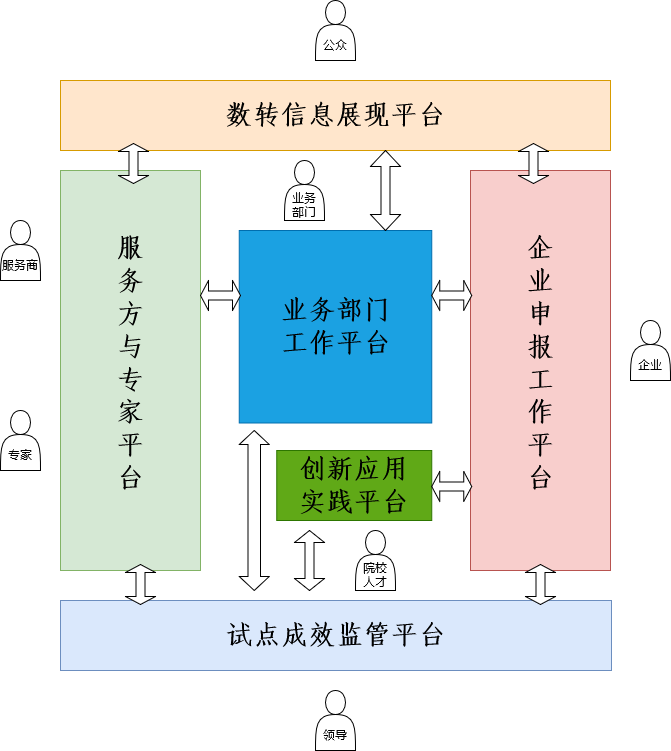
Earlier version of the draw.io export html_demo/业务功能模块.drawio.png (zhuangyan-stone/brain-forever). Source tidied: cells renumbered, new cells last; positions are measured from the earlier drawing's top-left corner, leaving out a move shared by most shapes. Source of this version:
```xml
<mxGraphModel>
  <root>
    <mxCell id="0" />
    <mxCell id="1" parent="0" />
    <mxCell id="2" value="&lt;font style=&quot;font-size: 27px;&quot;&gt;&lt;b style=&quot;mso-bidi-font-weight:normal&quot;&gt;&lt;span style=&quot;font-family: 仿宋; color: rgb(0, 0, 0);&quot;&gt;&lt;font face=&quot;仿宋&quot;&gt;数转信息展现平台&lt;/font&gt;&lt;/span&gt;&lt;/b&gt;&lt;/font&gt;" style="rounded=0;whiteSpace=wrap;html=1;fillColor=#ffe6cc;strokeColor=#d79b00;" parent="1" vertex="1">
      <mxGeometry x="60" y="80" width="550" height="70" as="geometry" />
    </mxCell>
    <mxCell id="3" value="&lt;div&gt;&lt;font style=&quot;font-size: 27px;&quot;&gt;&lt;b style=&quot;mso-bidi-font-weight:normal&quot;&gt;&lt;span style=&quot;font-family: 仿宋; color: rgb(0, 0, 0);&quot;&gt;&lt;font face=&quot;仿宋&quot;&gt;业务部门&lt;/font&gt;&lt;/span&gt;&lt;/b&gt;&lt;/font&gt;&lt;/div&gt;&lt;div&gt;&lt;font style=&quot;font-size: 27px;&quot;&gt;&lt;b style=&quot;mso-bidi-font-weight:normal&quot;&gt;&lt;span style=&quot;font-family: 仿宋; color: rgb(0, 0, 0);&quot;&gt;&lt;font face=&quot;仿宋&quot;&gt;工作平台&lt;/font&gt;&lt;/span&gt;&lt;/b&gt;&lt;/font&gt;&lt;/div&gt;" style="whiteSpace=wrap;html=1;fillColor=#1ba1e2;strokeColor=#006EAF;fontColor=#ffffff;" parent="1" vertex="1">
      <mxGeometry x="238.8" y="230" width="192.5" height="192.5" as="geometry" />
    </mxCell>
    <mxCell id="4" value="&lt;div&gt;&lt;font style=&quot;font-size: 27px;&quot;&gt;&lt;b style=&quot;mso-bidi-font-weight:normal&quot;&gt;&lt;span style=&quot;font-family: 仿宋; color: rgb(0, 0, 0);&quot;&gt;&lt;font face=&quot;仿宋&quot;&gt;创新应用&lt;/font&gt;&lt;/span&gt;&lt;/b&gt;&lt;/font&gt;&lt;/div&gt;&lt;div&gt;&lt;font style=&quot;font-size: 27px;&quot;&gt;&lt;b style=&quot;mso-bidi-font-weight:normal&quot;&gt;&lt;span style=&quot;font-family: 仿宋; color: rgb(0, 0, 0);&quot;&gt;&lt;font face=&quot;仿宋&quot;&gt;实践平台&lt;/font&gt;&lt;/span&gt;&lt;/b&gt;&lt;/font&gt;&lt;/div&gt;" style="rounded=0;whiteSpace=wrap;html=1;fillColor=#60a917;fontColor=#ffffff;strokeColor=#2D7600;" parent="1" vertex="1">
      <mxGeometry x="276.2" y="450" width="155" height="70" as="geometry" />
    </mxCell>
    <mxCell id="5" value="&lt;br&gt;&lt;div&gt;&lt;font style=&quot;font-size: 27px;&quot;&gt;&lt;b style=&quot;mso-bidi-font-weight:normal&quot;&gt;&lt;span style=&quot;font-family: 仿宋; color: rgb(0, 0, 0);&quot;&gt;&lt;font face=&quot;仿宋&quot;&gt;企&lt;/font&gt;&lt;/span&gt;&lt;/b&gt;&lt;/font&gt;&lt;/div&gt;&lt;div&gt;&lt;font style=&quot;font-size: 27px;&quot;&gt;&lt;b style=&quot;mso-bidi-font-weight:normal&quot;&gt;&lt;span style=&quot;font-family: 仿宋; color: rgb(0, 0, 0);&quot;&gt;&lt;font face=&quot;仿宋&quot;&gt;业&lt;/font&gt;&lt;/span&gt;&lt;/b&gt;&lt;/font&gt;&lt;/div&gt;&lt;div&gt;&lt;font style=&quot;font-size: 27px;&quot;&gt;&lt;b style=&quot;mso-bidi-font-weight:normal&quot;&gt;&lt;span style=&quot;font-family: 仿宋; color: rgb(0, 0, 0);&quot;&gt;&lt;font face=&quot;仿宋&quot;&gt;申&lt;/font&gt;&lt;/span&gt;&lt;/b&gt;&lt;/font&gt;&lt;/div&gt;&lt;div&gt;&lt;font style=&quot;font-size: 27px;&quot;&gt;&lt;b style=&quot;mso-bidi-font-weight:normal&quot;&gt;&lt;span style=&quot;font-family: 仿宋; color: rgb(0, 0, 0);&quot;&gt;&lt;font face=&quot;仿宋&quot;&gt;报&lt;/font&gt;&lt;/span&gt;&lt;/b&gt;&lt;/font&gt;&lt;/div&gt;&lt;div&gt;&lt;font style=&quot;font-size: 27px;&quot;&gt;&lt;b style=&quot;mso-bidi-font-weight:normal&quot;&gt;&lt;span style=&quot;font-family: 仿宋; color: rgb(0, 0, 0);&quot;&gt;&lt;font face=&quot;仿宋&quot;&gt;工&lt;/font&gt;&lt;/span&gt;&lt;/b&gt;&lt;/font&gt;&lt;/div&gt;&lt;div&gt;&lt;font style=&quot;font-size: 27px;&quot;&gt;&lt;b style=&quot;mso-bidi-font-weight:normal&quot;&gt;&lt;span style=&quot;font-family: 仿宋; color: rgb(0, 0, 0);&quot;&gt;&lt;font face=&quot;仿宋&quot;&gt;作&lt;/font&gt;&lt;/span&gt;&lt;/b&gt;&lt;/font&gt;&lt;/div&gt;&lt;div&gt;&lt;font style=&quot;font-size: 27px;&quot;&gt;&lt;b style=&quot;mso-bidi-font-weight:normal&quot;&gt;&lt;span style=&quot;font-family: 仿宋; color: rgb(0, 0, 0);&quot;&gt;&lt;font face=&quot;仿宋&quot;&gt;平&lt;/font&gt;&lt;/span&gt;&lt;/b&gt;&lt;/font&gt;&lt;/div&gt;&lt;div&gt;&lt;font style=&quot;font-size: 27px;&quot;&gt;&lt;b style=&quot;mso-bidi-font-weight:normal&quot;&gt;&lt;span style=&quot;font-family: 仿宋; color: rgb(0, 0, 0);&quot;&gt;&lt;font face=&quot;仿宋&quot;&gt;台&lt;/font&gt;&lt;/span&gt;&lt;/b&gt;&lt;/font&gt;&lt;/div&gt;&lt;div&gt;&lt;br&gt;&lt;/div&gt;&lt;div&gt;&lt;br&gt;&lt;/div&gt;" style="rounded=0;whiteSpace=wrap;html=1;fillColor=#f8cecc;strokeColor=#b85450;" parent="1" vertex="1">
      <mxGeometry x="470" y="170" width="140" height="400" as="geometry" />
    </mxCell>
    <mxCell id="6" value="&lt;div&gt;&lt;font style=&quot;font-size: 27px;&quot;&gt;&lt;b style=&quot;mso-bidi-font-weight:normal&quot;&gt;&lt;span style=&quot;font-family: 仿宋; color: rgb(0, 0, 0);&quot;&gt;&lt;font face=&quot;仿宋&quot;&gt;服&lt;/font&gt;&lt;/span&gt;&lt;/b&gt;&lt;/font&gt;&lt;/div&gt;&lt;div&gt;&lt;font style=&quot;font-size: 27px;&quot;&gt;&lt;b style=&quot;mso-bidi-font-weight:normal&quot;&gt;&lt;span style=&quot;font-family: 仿宋; color: rgb(0, 0, 0);&quot;&gt;&lt;font face=&quot;仿宋&quot;&gt;务&lt;/font&gt;&lt;/span&gt;&lt;/b&gt;&lt;/font&gt;&lt;/div&gt;&lt;div&gt;&lt;font style=&quot;font-size: 27px;&quot;&gt;&lt;b style=&quot;mso-bidi-font-weight:normal&quot;&gt;&lt;span style=&quot;font-family: 仿宋; color: rgb(0, 0, 0);&quot;&gt;&lt;font face=&quot;仿宋&quot;&gt;方&lt;/font&gt;&lt;/span&gt;&lt;/b&gt;&lt;/font&gt;&lt;/div&gt;&lt;div&gt;&lt;font style=&quot;font-size: 27px;&quot;&gt;&lt;b style=&quot;mso-bidi-font-weight:normal&quot;&gt;&lt;span style=&quot;font-family: 仿宋; color: rgb(0, 0, 0);&quot;&gt;&lt;font face=&quot;仿宋&quot;&gt;与&lt;/font&gt;&lt;/span&gt;&lt;/b&gt;&lt;/font&gt;&lt;/div&gt;&lt;div&gt;&lt;font style=&quot;font-size: 27px;&quot;&gt;&lt;b style=&quot;mso-bidi-font-weight:normal&quot;&gt;&lt;span style=&quot;font-family: 仿宋; color: rgb(0, 0, 0);&quot;&gt;&lt;font face=&quot;仿宋&quot;&gt;专&lt;/font&gt;&lt;/span&gt;&lt;/b&gt;&lt;/font&gt;&lt;/div&gt;&lt;div&gt;&lt;font style=&quot;font-size: 27px;&quot;&gt;&lt;b style=&quot;mso-bidi-font-weight:normal&quot;&gt;&lt;span style=&quot;font-family: 仿宋; color: rgb(0, 0, 0);&quot;&gt;&lt;font face=&quot;仿宋&quot;&gt;家&lt;/font&gt;&lt;/span&gt;&lt;/b&gt;&lt;/font&gt;&lt;/div&gt;&lt;div&gt;&lt;font style=&quot;font-size: 27px;&quot;&gt;&lt;b style=&quot;mso-bidi-font-weight:normal&quot;&gt;&lt;span style=&quot;font-family: 仿宋; color: rgb(0, 0, 0);&quot;&gt;&lt;font face=&quot;仿宋&quot;&gt;平&lt;/font&gt;&lt;/span&gt;&lt;/b&gt;&lt;/font&gt;&lt;/div&gt;&lt;div&gt;&lt;font style=&quot;font-size: 27px;&quot;&gt;&lt;b style=&quot;mso-bidi-font-weight:normal&quot;&gt;&lt;span style=&quot;font-family: 仿宋; color: rgb(0, 0, 0);&quot;&gt;&lt;font face=&quot;仿宋&quot;&gt;台&lt;/font&gt;&lt;/span&gt;&lt;/b&gt;&lt;/font&gt;&lt;/div&gt;&lt;div&gt;&lt;br&gt;&lt;/div&gt;" style="rounded=0;whiteSpace=wrap;html=1;fillColor=#d5e8d4;strokeColor=#82b366;" parent="1" vertex="1">
      <mxGeometry x="60" y="170" width="140" height="400" as="geometry" />
    </mxCell>
    <mxCell id="7" value="&lt;font style=&quot;font-size: 27px;&quot;&gt;&lt;b style=&quot;mso-bidi-font-weight:normal&quot;&gt;&lt;span style=&quot;font-family: 仿宋; color: rgb(0, 0, 0);&quot;&gt;&lt;font face=&quot;仿宋&quot;&gt;试点成效监管平台&lt;/font&gt;&lt;/span&gt;&lt;/b&gt;&lt;/font&gt;" style="rounded=0;whiteSpace=wrap;html=1;fillColor=#dae8fc;strokeColor=#6c8ebf;" parent="1" vertex="1">
      <mxGeometry x="60" y="600" width="551" height="70" as="geometry" />
    </mxCell>
    <mxCell id="8" value="&lt;div&gt;&lt;br&gt;&lt;/div&gt;&lt;div&gt;&lt;br&gt;&lt;/div&gt;&lt;div&gt;企业&lt;/div&gt;" style="shape=actor;whiteSpace=wrap;html=1;" parent="1" vertex="1">
      <mxGeometry x="630" y="320" width="40" height="60" as="geometry" />
    </mxCell>
    <mxCell id="9" value="&lt;div&gt;&lt;br&gt;&lt;/div&gt;&lt;div&gt;&lt;br&gt;&lt;/div&gt;&lt;div&gt;公众&lt;/div&gt;" style="shape=actor;whiteSpace=wrap;html=1;" parent="1" vertex="1">
      <mxGeometry x="315" width="40" height="60" as="geometry" />
    </mxCell>
    <mxCell id="10" value="&lt;div&gt;&lt;br&gt;&lt;/div&gt;&lt;div&gt;&lt;br&gt;&lt;/div&gt;&lt;div&gt;服务商&lt;/div&gt;" style="shape=actor;whiteSpace=wrap;html=1;" parent="1" vertex="1">
      <mxGeometry y="220" width="40" height="60" as="geometry" />
    </mxCell>
    <mxCell id="11" value="&lt;div&gt;&lt;br&gt;&lt;/div&gt;&lt;div&gt;&lt;br&gt;&lt;/div&gt;&lt;div&gt;专家&lt;/div&gt;" style="shape=actor;whiteSpace=wrap;html=1;" parent="1" vertex="1">
      <mxGeometry y="410" width="40" height="60" as="geometry" />
    </mxCell>
    <mxCell id="12" value="&lt;div&gt;&lt;br&gt;&lt;/div&gt;&lt;div&gt;&lt;br&gt;&lt;/div&gt;&lt;div&gt;业务&lt;/div&gt;&lt;div&gt;部门&lt;/div&gt;" style="shape=actor;whiteSpace=wrap;html=1;" parent="1" vertex="1">
      <mxGeometry x="284" y="160" width="40" height="60" as="geometry" />
    </mxCell>
    <mxCell id="13" value="&lt;div&gt;&lt;br&gt;&lt;/div&gt;&lt;div&gt;&lt;br&gt;&lt;/div&gt;&lt;div&gt;院校&lt;/div&gt;&lt;div&gt;人才&lt;/div&gt;" style="shape=actor;whiteSpace=wrap;html=1;" parent="1" vertex="1">
      <mxGeometry x="355" y="530" width="40" height="60" as="geometry" />
    </mxCell>
    <mxCell id="14" value="&lt;div&gt;&lt;br&gt;&lt;/div&gt;&lt;div&gt;&lt;br&gt;&lt;/div&gt;&lt;div&gt;领导&lt;/div&gt;" style="shape=actor;whiteSpace=wrap;html=1;" parent="1" vertex="1">
      <mxGeometry x="315" y="690" width="40" height="60" as="geometry" />
    </mxCell>
    <mxCell id="15" style="shape=doubleArrow;direction=south;whiteSpace=wrap;html=1;" parent="1" vertex="1">
      <mxGeometry x="370" y="150" width="30" height="80" as="geometry" />
    </mxCell>
    <mxCell id="16" style="shape=doubleArrow;direction=south;whiteSpace=wrap;html=1;" parent="1" vertex="1">
      <mxGeometry x="294" y="530" width="30" height="60" as="geometry" />
    </mxCell>
    <mxCell id="17" style="shape=doubleArrow;direction=south;whiteSpace=wrap;html=1;arrowWidth=0.4166666666666667;arrowSize=0.0875;" parent="1" vertex="1">
      <mxGeometry x="238.8" y="430" width="30" height="160" as="geometry" />
    </mxCell>
    <mxCell id="18" style="shape=doubleArrow;whiteSpace=wrap;html=1;" parent="1" vertex="1">
      <mxGeometry x="200" y="280" width="40" height="30" as="geometry" />
    </mxCell>
    <mxCell id="19" style="shape=doubleArrow;whiteSpace=wrap;html=1;" parent="1" vertex="1">
      <mxGeometry x="431.2" y="471" width="40" height="30" as="geometry" />
    </mxCell>
    <mxCell id="20" style="shape=doubleArrow;whiteSpace=wrap;html=1;" parent="1" vertex="1">
      <mxGeometry x="431.2" y="280" width="40" height="30" as="geometry" />
    </mxCell>
    <mxCell id="21" style="shape=doubleArrow;whiteSpace=wrap;html=1;rotation=90;" parent="1" vertex="1">
      <mxGeometry x="120" y="569" width="40" height="30" as="geometry" />
    </mxCell>
    <mxCell id="22" style="shape=doubleArrow;whiteSpace=wrap;html=1;rotation=90;" parent="1" vertex="1">
      <mxGeometry x="520" y="569" width="40" height="30" as="geometry" />
    </mxCell>
    <mxCell id="23" style="shape=doubleArrow;whiteSpace=wrap;html=1;rotation=90;" parent="1" vertex="1">
      <mxGeometry x="113" y="148" width="40" height="30" as="geometry" />
    </mxCell>
    <mxCell id="24" style="shape=doubleArrow;whiteSpace=wrap;html=1;rotation=90;" parent="1" vertex="1">
      <mxGeometry x="513" y="148" width="40" height="30" as="geometry" />
    </mxCell>
  </root>
</mxGraphModel>
```
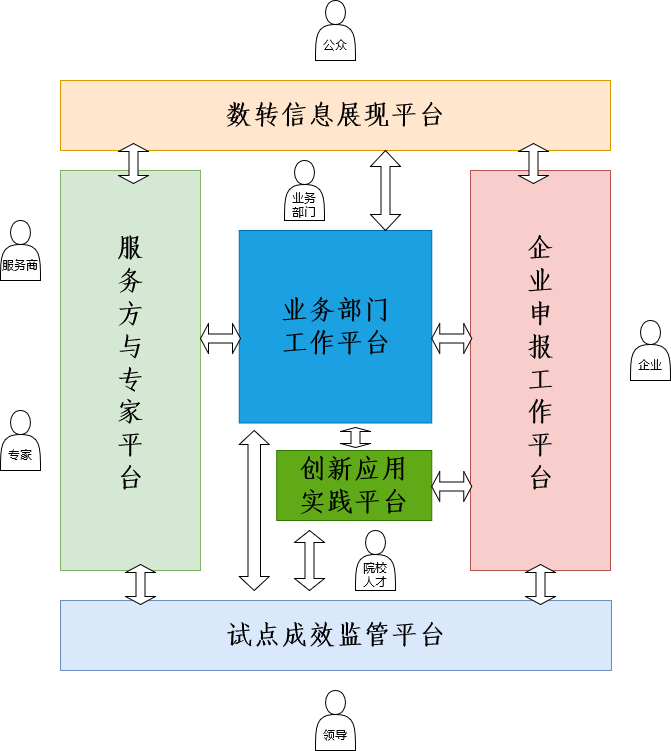
The same diagram one commit later.

Commit message:
更新业务功能模块.drawio.png

What changed in the source:
```diff
@@ -51,13 +51,13 @@
       <mxGeometry x="238.8" y="430" width="30" height="160" as="geometry" />
     </mxCell>
     <mxCell id="18" style="shape=doubleArrow;whiteSpace=wrap;html=1;" parent="1" vertex="1">
-      <mxGeometry x="200" y="280" width="40" height="30" as="geometry" />
+      <mxGeometry x="200" y="323" width="40" height="30" as="geometry" />
     </mxCell>
     <mxCell id="19" style="shape=doubleArrow;whiteSpace=wrap;html=1;" parent="1" vertex="1">
       <mxGeometry x="431.2" y="471" width="40" height="30" as="geometry" />
     </mxCell>
     <mxCell id="20" style="shape=doubleArrow;whiteSpace=wrap;html=1;" parent="1" vertex="1">
-      <mxGeometry x="431.2" y="280" width="40" height="30" as="geometry" />
+      <mxGeometry x="431.2" y="323" width="40" height="30" as="geometry" />
     </mxCell>
     <mxCell id="21" style="shape=doubleArrow;whiteSpace=wrap;html=1;rotation=90;" parent="1" vertex="1">
       <mxGeometry x="120" y="569" width="40" height="30" as="geometry" />
@@ -71,5 +71,8 @@
     <mxCell id="24" style="shape=doubleArrow;whiteSpace=wrap;html=1;rotation=90;" parent="1" vertex="1">
       <mxGeometry x="513" y="148" width="40" height="30" as="geometry" />
     </mxCell>
+    <mxCell id="25" style="shape=doubleArrow;direction=south;whiteSpace=wrap;html=1;" parent="1" vertex="1">
+      <mxGeometry x="340" y="427" width="30" height="20" as="geometry" />
+    </mxCell>
   </root>
 </mxGraphModel>
```
